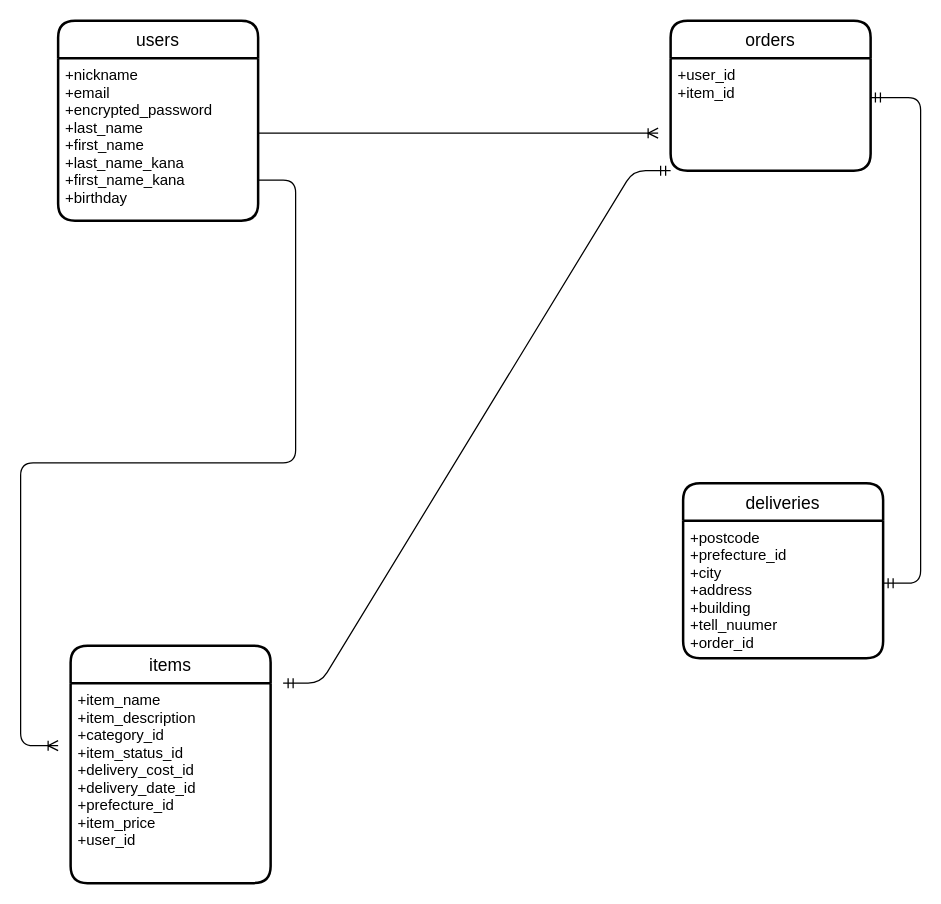
JukiyaKikuchi/furima-38182 keeps this draw.io diagram as app/furima.dio. Above is the earlier version. Source tidied: cells renumbered, new cells numbered last; positions are measured from the earlier drawing's top-left corner, leaving out a move shared by most shapes. Both pictures are drawn from the tidied source at 125%, with x=0, y=0 at pixel (58, 20).
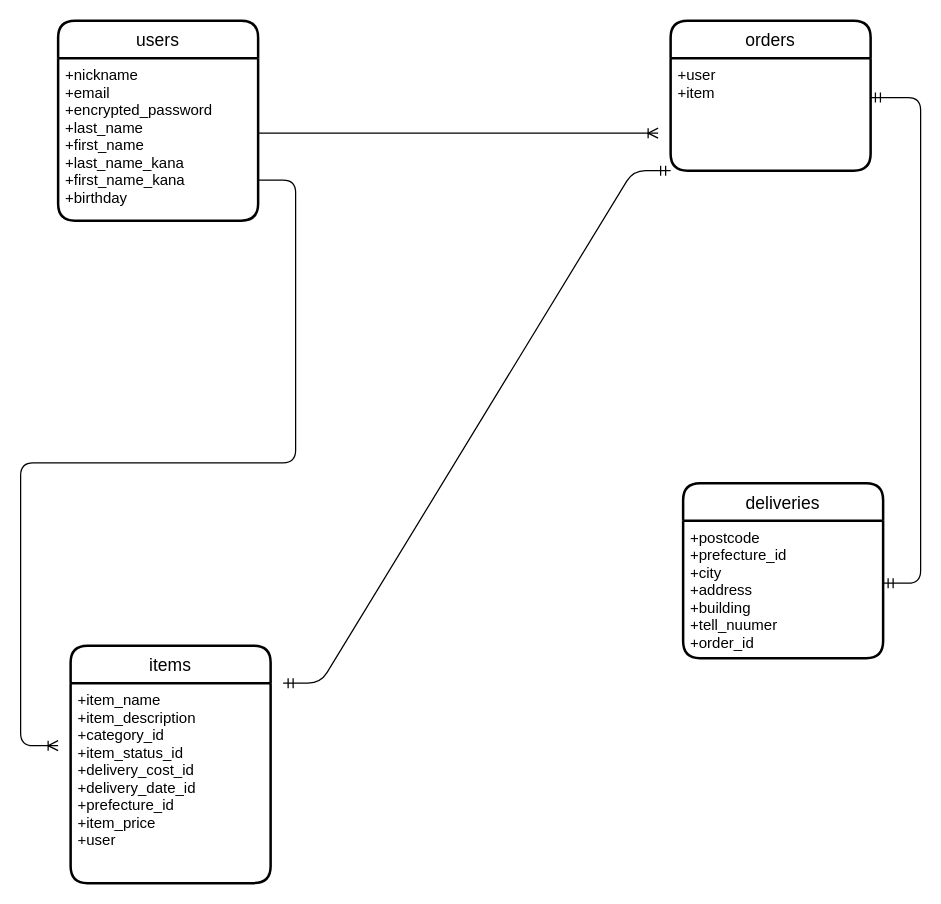
Above is the later version.

Commit message (it also covers changes not shown here):
カラム名再修正

Diff of the diagram source:
```diff
@@
 <mxGraphModel>
   <root>
     <mxCell id="0" />
     <mxCell id="1" parent="0" />
     <mxCell id="2" value="users" style="swimlane;horizontal=1;startSize=30;rounded=1;fontSize=14;fontStyle=0;strokeWidth=2;shadow=0;dashed=0;align=center;" parent="1" vertex="1">
       <mxGeometry width="160" height="160" as="geometry" />
     </mxCell>
     <mxCell id="3" value="+nickname&#10;+email&#10;+encrypted_password&#10;+last_name&#10;+first_name&#10;+last_name_kana&#10;+first_name_kana&#10;+birthday&#10;&#10;" style="align=left;strokeColor=none;fillColor=none;spacingLeft=4;fontSize=12;verticalAlign=top;" parent="2" vertex="1">
       <mxGeometry y="30" width="160" height="130" as="geometry" />
     </mxCell>
     <mxCell id="4" value="items" style="swimlane;horizontal=1;startSize=30;rounded=1;fontSize=14;fontStyle=0;strokeWidth=2;shadow=0;dashed=0;align=center;" parent="1" vertex="1">
       <mxGeometry x="10" y="500" width="160" height="190" as="geometry" />
     </mxCell>
-    <mxCell id="5" value="+item_name&#10;+item_description&#10;+category_id&#10;+item_status_id&#10;+delivery_cost_id&#10;+delivery_date_id&#10;+prefecture_id&#10;+item_price&#10;+user_id" style="align=left;strokeColor=none;fillColor=none;spacingLeft=4;fontSize=12;verticalAlign=top;" parent="4" vertex="1">
+    <mxCell id="5" value="+item_name&#10;+item_description&#10;+category_id&#10;+item_status_id&#10;+delivery_cost_id&#10;+delivery_date_id&#10;+prefecture_id&#10;+item_price&#10;+user" style="align=left;strokeColor=none;fillColor=none;spacingLeft=4;fontSize=12;verticalAlign=top;" parent="4" vertex="1">
       <mxGeometry y="30" width="160" height="160" as="geometry" />
     </mxCell>
     <mxCell id="6" value="deliveries" style="swimlane;horizontal=1;startSize=30;rounded=1;fontSize=14;fontStyle=0;strokeWidth=2;shadow=0;dashed=0;align=center;" parent="1" vertex="1">
       <mxGeometry x="500" y="370" width="160" height="140" as="geometry" />
     </mxCell>
     <mxCell id="7" value="+postcode&#10;+prefecture_id&#10;+city&#10;+address&#10;+building&#10;+tell_nuumer&#10;+order_id" style="align=left;strokeColor=none;fillColor=none;spacingLeft=4;fontSize=12;verticalAlign=top;" parent="6" vertex="1">
       <mxGeometry y="30" width="160" height="110" as="geometry" />
     </mxCell>
     <mxCell id="8" value="orders" style="swimlane;horizontal=1;startSize=30;rounded=1;fontSize=14;fontStyle=0;strokeWidth=2;shadow=0;dashed=0;align=center;" parent="1" vertex="1">
       <mxGeometry x="490" width="160" height="120" as="geometry" />
     </mxCell>
-    <mxCell id="9" value="+user_id&#10;+item_id" style="align=left;strokeColor=none;fillColor=none;spacingLeft=4;fontSize=12;verticalAlign=top;" parent="8" vertex="1">
+    <mxCell id="9" value="+user&#10;+item" style="align=left;strokeColor=none;fillColor=none;spacingLeft=4;fontSize=12;verticalAlign=top;" parent="8" vertex="1">
       <mxGeometry y="30" width="160" height="90" as="geometry" />
     </mxCell>
     <mxCell id="10" style="edgeStyle=entityRelationEdgeStyle;fontSize=12;html=1;endArrow=ERoneToMany;" parent="1" edge="1">
       <mxGeometry relative="1" as="geometry">
         <mxPoint x="160" y="90" as="sourcePoint" />
         <mxPoint x="480" y="90" as="targetPoint" />
       </mxGeometry>
     </mxCell>
     <mxCell id="11" style="edgeStyle=entityRelationEdgeStyle;fontSize=12;html=1;endArrow=ERoneToMany;exitX=1;exitY=0.75;exitDx=0;exitDy=0;" parent="1" edge="1" source="3">
       <mxGeometry relative="1" as="geometry">
         <mxPoint y="580" as="targetPoint" />
       </mxGeometry>
     </mxCell>
     <mxCell id="12" style="edgeStyle=entityRelationEdgeStyle;fontSize=12;html=1;endArrow=ERmandOne;startArrow=ERmandOne;entryX=0;entryY=1;entryDx=0;entryDy=0;" parent="1" edge="1" target="9">
       <mxGeometry relative="1" as="geometry">
         <mxPoint x="180" y="530" as="sourcePoint" />
       </mxGeometry>
     </mxCell>
     <mxCell id="13" style="edgeStyle=entityRelationEdgeStyle;fontSize=12;html=1;endArrow=ERmandOne;startArrow=ERmandOne;entryX=0.999;entryY=0.351;entryDx=0;entryDy=0;entryPerimeter=0;" parent="1" edge="1" target="9">
       <mxGeometry relative="1" as="geometry">
         <mxPoint x="660" y="450" as="sourcePoint" />
       </mxGeometry>
     </mxCell>
   </root>
 </mxGraphModel>
```
